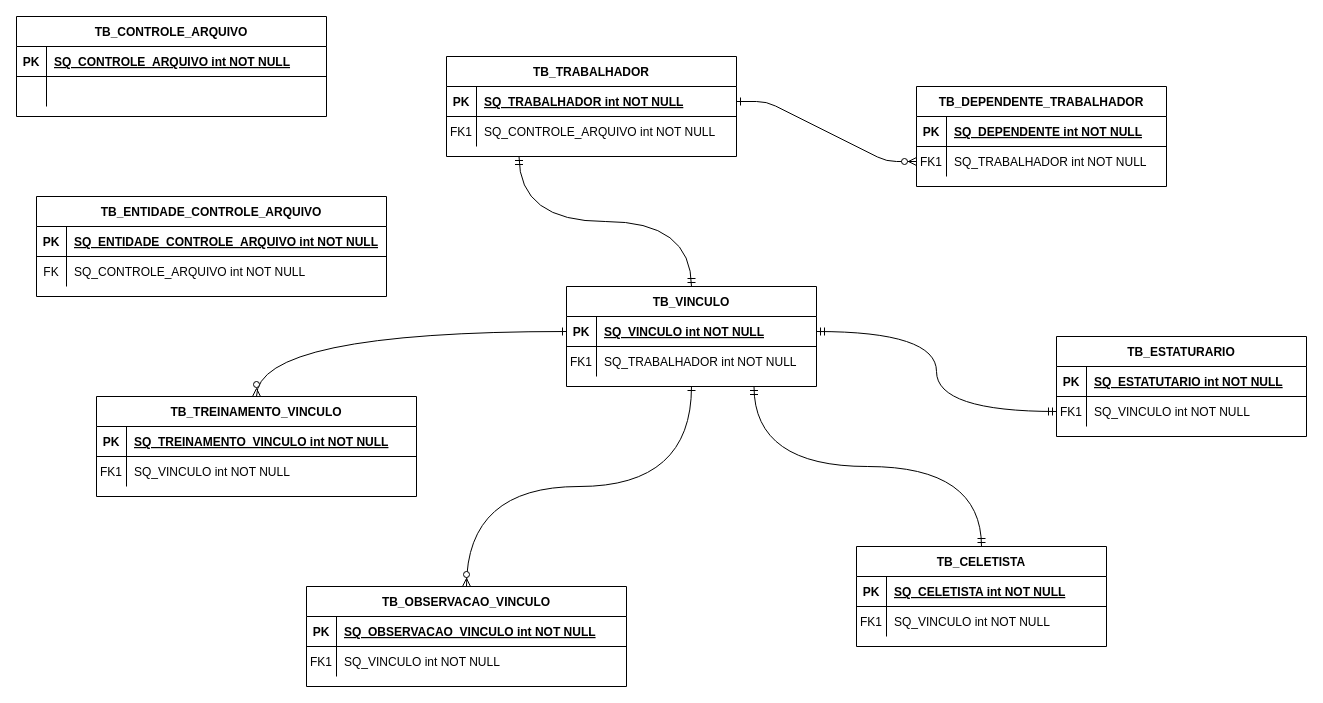
Earlier version of the draw.io diagram Diagrama sem nome.drawio (nilsondurval/Draw.IO). Source tidied: cells renumbered, new cells numbered last; positions are measured from the earlier drawing's top-left corner, leaving out a move shared by most shapes. Both pictures are drawn from the tidied source at 100%, with x=0, y=0 at pixel (16, 16).
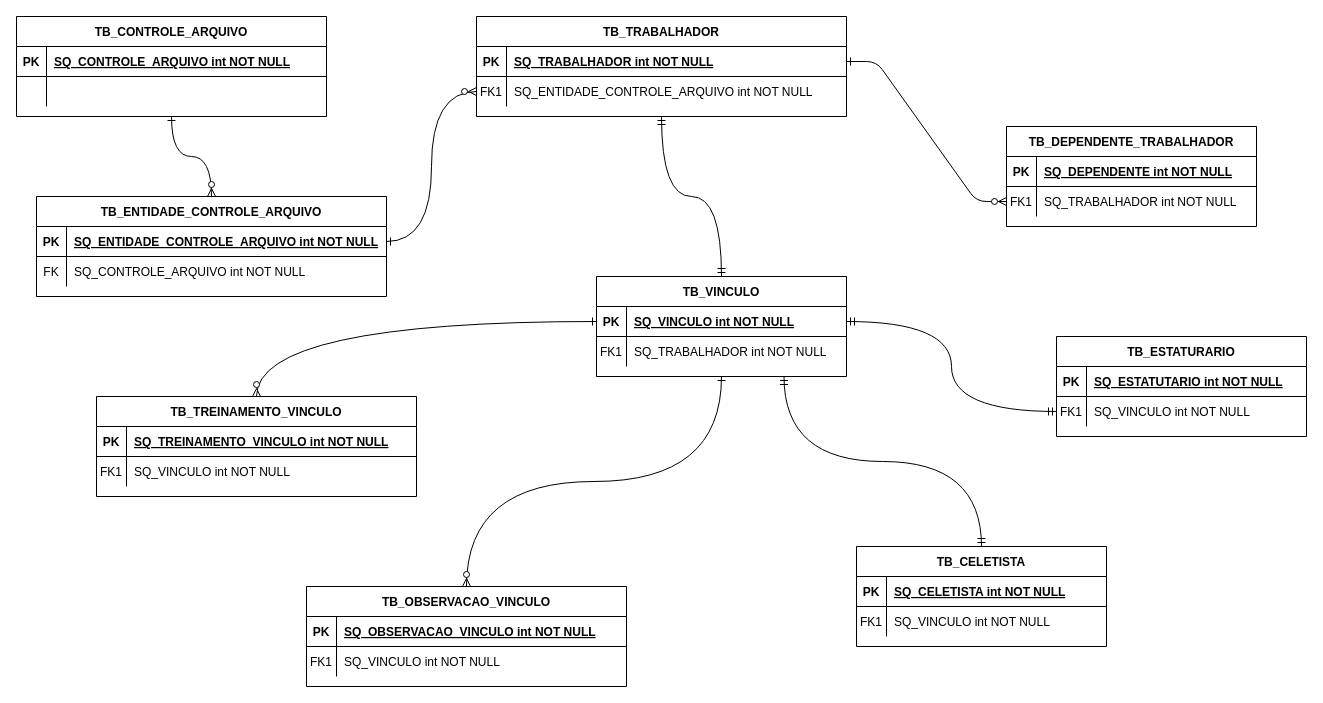
After the change.

Unchanged cells that the change refers to:
```xml
<mxCell id="57" value="TB_CONTROLE_ARQUIVO" style="shape=table;startSize=30;childLayout=tableLayout;rowLines=0;fontStyle=1;align=center;" parent="1" vertex="1">
  <mxGeometry width="310" height="100" as="geometry" />
</mxCell>
<mxCell id="64" value="TB_ENTIDADE_CONTROLE_ARQUIVO" style="shape=table;startSize=30;childLayout=tableLayout;rowLines=0;fontStyle=1;align=center;" parent="1" vertex="1">
  <mxGeometry x="20" y="180" width="350" height="100" as="geometry" />
</mxCell>
<mxCell id="65" style="shape=partialRectangle;fillColor=none;points=[[0,0.5],[1,0.5]];portConstraint=eastwest;top=0;left=0;right=0;bottom=1;" parent="64" vertex="1">
  <mxGeometry y="30" width="350" height="30" as="geometry" />
</mxCell>
```

Diff of the diagram source:
```diff
@@
     <mxCell id="3" value="TB_DEPENDENTE_TRABALHADOR" style="shape=table;startSize=30;childLayout=tableLayout;rowLines=0;fontStyle=1;align=center;" parent="1" vertex="1">
-      <mxGeometry x="900" y="70" width="250" height="100" as="geometry" />
+      <mxGeometry x="990" y="110" width="250" height="100" as="geometry" />
     </mxCell>
@@
     <mxCell id="10" value="TB_TRABALHADOR" style="shape=table;startSize=30;childLayout=tableLayout;rowLines=0;fontStyle=1;align=center;" parent="1" vertex="1">
-      <mxGeometry x="430" y="40" width="290" height="100" as="geometry" />
+      <mxGeometry x="460" width="370" height="100" as="geometry" />
     </mxCell>
     <mxCell id="11" style="shape=partialRectangle;fillColor=none;points=[[0,0.5],[1,0.5]];portConstraint=eastwest;top=0;left=0;right=0;bottom=1;" parent="10" vertex="1">
-      <mxGeometry y="30" width="290" height="30" as="geometry" />
+      <mxGeometry y="30" width="370" height="30" as="geometry" />
     </mxCell>
@@
     <mxCell id="13" value="SQ_TRABALHADOR int NOT NULL " style="shape=partialRectangle;overflow=hidden;fillColor=none;top=0;left=0;bottom=0;right=0;align=left;spacingLeft=6;fontStyle=5;" parent="11" vertex="1">
-      <mxGeometry x="30" width="260" height="30" as="geometry" />
+      <mxGeometry x="30" width="340" height="30" as="geometry" />
     </mxCell>
     <mxCell id="14" style="shape=partialRectangle;fillColor=none;points=[[0,0.5],[1,0.5]];portConstraint=eastwest;top=0;left=0;right=0;bottom=0;" parent="10" vertex="1">
-      <mxGeometry y="60" width="290" height="30" as="geometry" />
+      <mxGeometry y="60" width="370" height="30" as="geometry" />
     </mxCell>
@@
-    <mxCell id="16" value="SQ_CONTROLE_ARQUIVO int NOT NULL" style="shape=partialRectangle;overflow=hidden;fillColor=none;top=0;left=0;bottom=0;right=0;align=left;spacingLeft=6;" parent="14" vertex="1">
-      <mxGeometry x="30" width="260" height="30" as="geometry" />
+    <mxCell id="16" value="SQ_ENTIDADE_CONTROLE_ARQUIVO int NOT NULL" style="shape=partialRectangle;overflow=hidden;fillColor=none;top=0;left=0;bottom=0;right=0;align=left;spacingLeft=6;" parent="14" vertex="1">
+      <mxGeometry x="30" width="340" height="30" as="geometry" />
     </mxCell>
     <mxCell id="17" value="TB_VINCULO" style="shape=table;startSize=30;childLayout=tableLayout;rowLines=0;fontStyle=1;align=center;" parent="1" vertex="1">
-      <mxGeometry x="550" y="270" width="250" height="100" as="geometry" />
+      <mxGeometry x="580" y="260" width="250" height="100" as="geometry" />
     </mxCell>
@@
-    <mxCell id="24" style="edgeStyle=orthogonalEdgeStyle;fontSize=12;html=1;endArrow=ERmandOne;startArrow=ERmandOne;rounded=0;curved=1;exitX=0.5;exitY=0;exitDx=0;exitDy=0;entryX=0.25;entryY=1;entryDx=0;entryDy=0;" parent="1" edge="1" source="17" target="10">
+    <mxCell id="24" style="edgeStyle=orthogonalEdgeStyle;fontSize=12;html=1;endArrow=ERmandOne;startArrow=ERmandOne;rounded=0;curved=1;exitX=0.5;exitY=0;exitDx=0;exitDy=0;entryX=0.5;entryY=1;entryDx=0;entryDy=0;" parent="1" edge="1" source="17" target="10">
       <mxGeometry relative="1" as="geometry" />
     </mxCell>
@@
+    <mxCell id="71" style="endArrow=ERzeroToMany;startArrow=ERone;endFill=1;startFill=0;exitX=0.5;exitY=1;exitDx=0;exitDy=0;edgeStyle=orthogonalEdgeStyle;curved=1;entryX=0.5;entryY=0;entryDx=0;entryDy=0;" parent="1" edge="1" source="57" target="64">
+      <mxGeometry relative="1" as="geometry" />
+    </mxCell>
+    <mxCell id="72" style="endArrow=ERzeroToMany;startArrow=ERone;endFill=1;startFill=0;exitX=1;exitY=0.5;exitDx=0;exitDy=0;edgeStyle=orthogonalEdgeStyle;curved=1;entryX=0;entryY=0.5;entryDx=0;entryDy=0;" parent="1" edge="1" source="65" target="14">
+      <mxGeometry relative="1" as="geometry" />
+    </mxCell>
```
